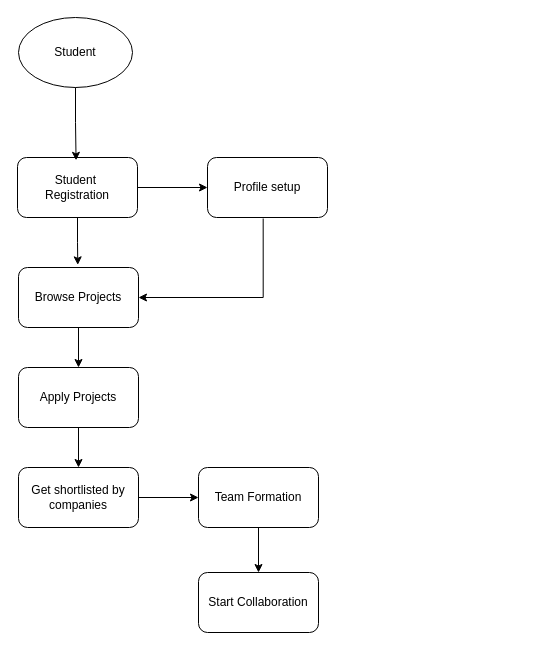
Above: page "Student Flow Diagram" (1 of 2) of Demola - Student Flow diagram.drawio in IshitaSadaria/Demola-User-flow-diagrams (draw.io), before the change. Source tidied: cells renumbered, new cells numbered last; positions are measured from the earlier drawing's top-left corner, leaving out a move shared by most shapes. Both pictures are drawn from the tidied source at 100%, with x=0, y=0 at pixel (17, 17).
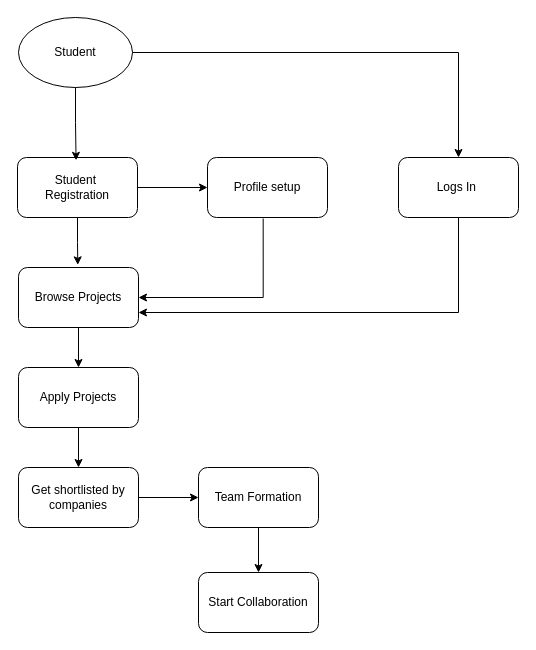
After the change.

The change refers to these unchanged cells:
```xml
<mxCell id="5" style="ellipse;whiteSpace=wrap;html=1;" parent="4" vertex="1">
  <mxGeometry width="114" height="70" as="geometry" />
</mxCell>
<mxCell id="11" value="Browse Projects" style="rounded=1;whiteSpace=wrap;html=1;" parent="1" vertex="1">
  <mxGeometry x="1" y="250" width="120" height="60" as="geometry" />
</mxCell>
```

Change to the diagram source:
```diff
@@
+    <mxCell id="20" style="edgeStyle=orthogonalEdgeStyle;rounded=0;jettySize=auto;html=1;entryX=1;entryY=0.75;entryDx=0;entryDy=0;" parent="1" edge="1" source="21" target="11">
+      <mxGeometry relative="1" as="geometry">
+        <Array as="points">
+          <mxPoint x="441" y="295" />
+        </Array>
+      </mxGeometry>
+    </mxCell>
+    <mxCell id="21" value="Logs In&amp;nbsp;" style="rounded=1;whiteSpace=wrap;html=1;" parent="1" vertex="1">
+      <mxGeometry x="381" y="140" width="120" height="60" as="geometry" />
+    </mxCell>
+    <mxCell id="22" style="edgeStyle=orthogonalEdgeStyle;rounded=0;jettySize=auto;html=1;entryX=0.5;entryY=0;entryDx=0;entryDy=0;" parent="1" edge="1" source="5" target="21">
+      <mxGeometry relative="1" as="geometry" />
+    </mxCell>
```
